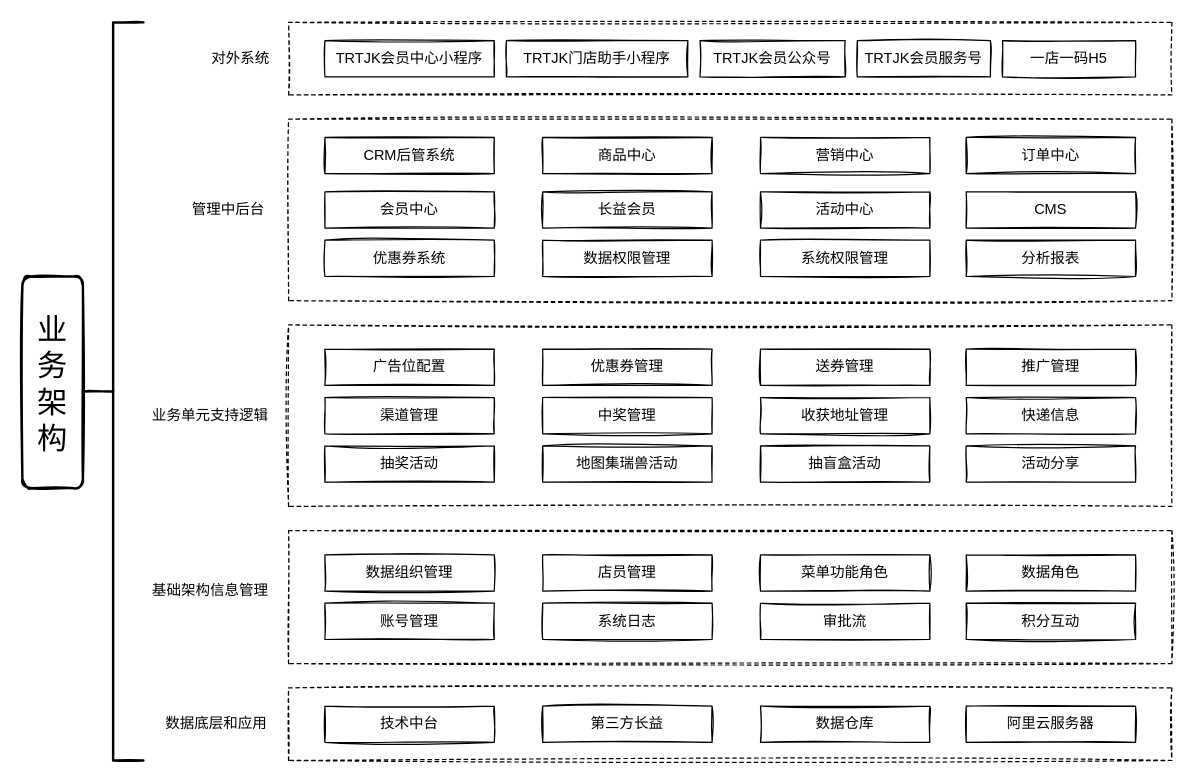
Earlier version of the draw.io diagram page "业务架构图" (2 of 8) of 未命名绘图.drawio (magicgaorui/-). Source tidied: cells renumbered, new cells numbered last; positions are measured from the earlier drawing's top-left corner, leaving out a move shared by most shapes. Both pictures are drawn from the tidied source at 121%, with x=0, y=0 at pixel (22, 22).
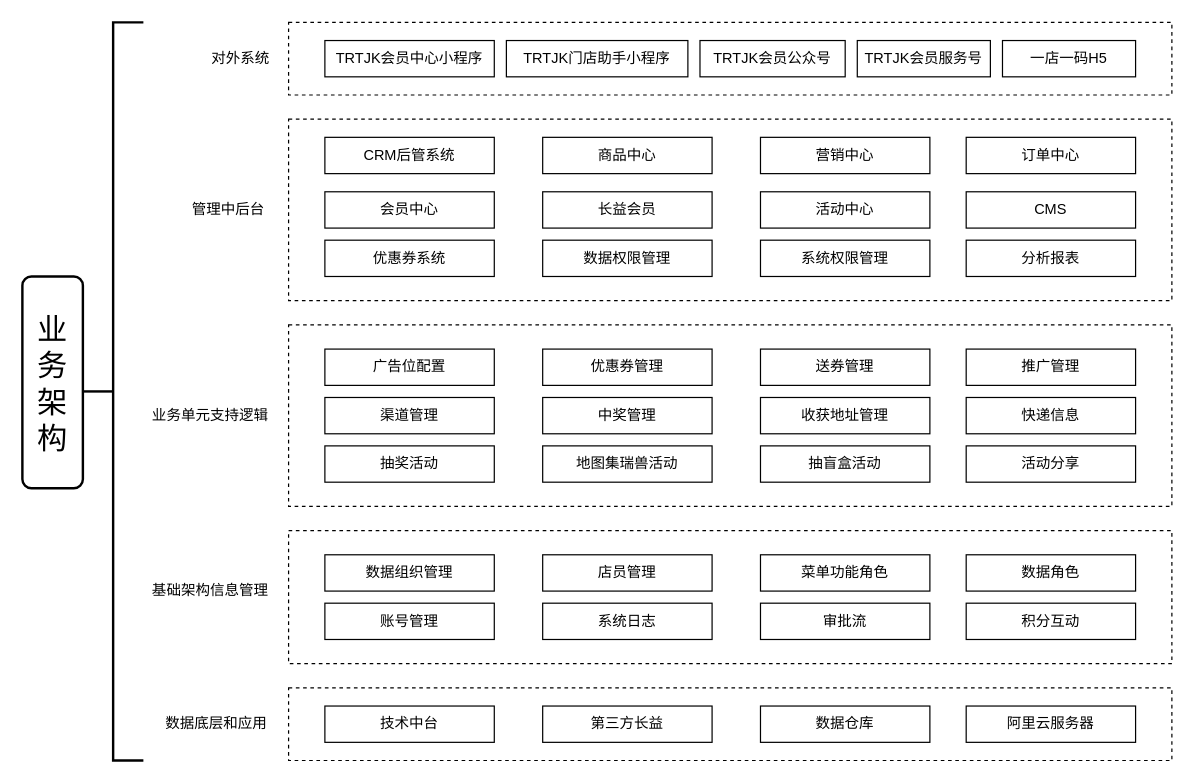
The same page after the edit.

What changed in the source:
```diff
@@
-    <mxCell id="2" value="对外系统" style="text;html=1;align=center;verticalAlign=middle;strokeColor=none;sketch=1;" parent="1" vertex="1">
+    <mxCell id="2" value="对外系统" style="text;html=1;align=center;verticalAlign=middle;strokeColor=none;" parent="1" vertex="1">
       <mxGeometry x="150" y="20" width="60" height="20" as="geometry" />
     </mxCell>
-    <mxCell id="3" style="rounded=0;whiteSpace=wrap;html=1;dashed=1;sketch=1;" parent="1" vertex="1">
+    <mxCell id="3" style="rounded=0;whiteSpace=wrap;html=1;dashed=1;" parent="1" vertex="1">
       <mxGeometry x="220" width="730" height="60" as="geometry" />
     </mxCell>
-    <mxCell id="4" value="TRTJK会员中心小程序" style="rounded=0;whiteSpace=wrap;html=1;sketch=1;" parent="1" vertex="1">
+    <mxCell id="4" value="TRTJK会员中心小程序" style="rounded=0;whiteSpace=wrap;html=1;" parent="1" vertex="1">
       <mxGeometry x="250" y="15" width="140" height="30" as="geometry" />
     </mxCell>
-    <mxCell id="5" value="TRTJK门店助手小程序" style="rounded=0;whiteSpace=wrap;html=1;sketch=1;" parent="1" vertex="1">
+    <mxCell id="5" value="TRTJK门店助手小程序" style="rounded=0;whiteSpace=wrap;html=1;" parent="1" vertex="1">
       <mxGeometry x="400" y="15" width="150" height="30" as="geometry" />
     </mxCell>
-    <mxCell id="6" value="TRTJK会员公众号" style="rounded=0;whiteSpace=wrap;html=1;sketch=1;" parent="1" vertex="1">
+    <mxCell id="6" value="TRTJK会员公众号" style="rounded=0;whiteSpace=wrap;html=1;" parent="1" vertex="1">
       <mxGeometry x="560" y="15" width="120" height="30" as="geometry" />
     </mxCell>
-    <mxCell id="7" value="TRTJK会员服务号" style="rounded=0;whiteSpace=wrap;html=1;sketch=1;" parent="1" vertex="1">
+    <mxCell id="7" value="TRTJK会员服务号" style="rounded=0;whiteSpace=wrap;html=1;" parent="1" vertex="1">
       <mxGeometry x="690" y="15" width="110" height="30" as="geometry" />
     </mxCell>
-    <mxCell id="8" value="管理中后台" style="text;html=1;align=center;verticalAlign=middle;strokeColor=none;sketch=1;" parent="1" vertex="1">
+    <mxCell id="8" value="管理中后台" style="text;html=1;align=center;verticalAlign=middle;strokeColor=none;" parent="1" vertex="1">
       <mxGeometry x="130" y="145" width="80" height="20" as="geometry" />
     </mxCell>
-    <mxCell id="9" style="rounded=0;whiteSpace=wrap;html=1;dashed=1;sketch=1;" parent="1" vertex="1">
+    <mxCell id="9" style="rounded=0;whiteSpace=wrap;html=1;dashed=1;" parent="1" vertex="1">
       <mxGeometry x="220" y="80" width="730" height="150" as="geometry" />
     </mxCell>
-    <mxCell id="10" value="CRM后管系统" style="rounded=0;whiteSpace=wrap;html=1;sketch=1;" parent="1" vertex="1">
+    <mxCell id="10" value="CRM后管系统" style="rounded=0;whiteSpace=wrap;html=1;" parent="1" vertex="1">
       <mxGeometry x="250" y="95" width="140" height="30" as="geometry" />
     </mxCell>
-    <mxCell id="11" value="商品中心" style="rounded=0;whiteSpace=wrap;html=1;sketch=1;" parent="1" vertex="1">
+    <mxCell id="11" value="商品中心" style="rounded=0;whiteSpace=wrap;html=1;" parent="1" vertex="1">
       <mxGeometry x="430" y="95" width="140" height="30" as="geometry" />
     </mxCell>
-    <mxCell id="12" value="营销中心" style="rounded=0;whiteSpace=wrap;html=1;sketch=1;" parent="1" vertex="1">
+    <mxCell id="12" value="营销中心" style="rounded=0;whiteSpace=wrap;html=1;" parent="1" vertex="1">
       <mxGeometry x="610" y="95" width="140" height="30" as="geometry" />
     </mxCell>
-    <mxCell id="13" value="订单中心" style="rounded=0;whiteSpace=wrap;html=1;sketch=1;" parent="1" vertex="1">
+    <mxCell id="13" value="订单中心" style="rounded=0;whiteSpace=wrap;html=1;" parent="1" vertex="1">
       <mxGeometry x="780" y="95" width="140" height="30" as="geometry" />
     </mxCell>
-    <mxCell id="14" value="会员中心" style="rounded=0;whiteSpace=wrap;html=1;sketch=1;" parent="1" vertex="1">
+    <mxCell id="14" value="会员中心" style="rounded=0;whiteSpace=wrap;html=1;" parent="1" vertex="1">
       <mxGeometry x="250" y="140" width="140" height="30" as="geometry" />
     </mxCell>
-    <mxCell id="15" value="长益会员" style="rounded=0;whiteSpace=wrap;html=1;sketch=1;" parent="1" vertex="1">
+    <mxCell id="15" value="长益会员" style="rounded=0;whiteSpace=wrap;html=1;" parent="1" vertex="1">
       <mxGeometry x="430" y="140" width="140" height="30" as="geometry" />
     </mxCell>
-    <mxCell id="16" value="活动中心" style="rounded=0;whiteSpace=wrap;html=1;sketch=1;" parent="1" vertex="1">
+    <mxCell id="16" value="活动中心" style="rounded=0;whiteSpace=wrap;html=1;" parent="1" vertex="1">
       <mxGeometry x="610" y="140" width="140" height="30" as="geometry" />
     </mxCell>
-    <mxCell id="17" value="CMS" style="rounded=0;whiteSpace=wrap;html=1;sketch=1;" parent="1" vertex="1">
+    <mxCell id="17" value="CMS" style="rounded=0;whiteSpace=wrap;html=1;" parent="1" vertex="1">
       <mxGeometry x="780" y="140" width="140" height="30" as="geometry" />
     </mxCell>
-    <mxCell id="18" value="优惠券系统" style="rounded=0;whiteSpace=wrap;html=1;sketch=1;" parent="1" vertex="1">
+    <mxCell id="18" value="优惠券系统" style="rounded=0;whiteSpace=wrap;html=1;" parent="1" vertex="1">
       <mxGeometry x="250" y="180" width="140" height="30" as="geometry" />
     </mxCell>
-    <mxCell id="19" value="数据权限管理" style="rounded=0;whiteSpace=wrap;html=1;sketch=1;" parent="1" vertex="1">
+    <mxCell id="19" value="数据权限管理" style="rounded=0;whiteSpace=wrap;html=1;" parent="1" vertex="1">
       <mxGeometry x="430" y="180" width="140" height="30" as="geometry" />
     </mxCell>
-    <mxCell id="20" value="系统权限管理" style="rounded=0;whiteSpace=wrap;html=1;sketch=1;" parent="1" vertex="1">
+    <mxCell id="20" value="系统权限管理" style="rounded=0;whiteSpace=wrap;html=1;" parent="1" vertex="1">
       <mxGeometry x="610" y="180" width="140" height="30" as="geometry" />
     </mxCell>
-    <mxCell id="21" value="一店一码H5" style="rounded=0;whiteSpace=wrap;html=1;sketch=1;" parent="1" vertex="1">
+    <mxCell id="21" value="一店一码H5" style="rounded=0;whiteSpace=wrap;html=1;" parent="1" vertex="1">
       <mxGeometry x="810" y="15" width="110" height="30" as="geometry" />
     </mxCell>
-    <mxCell id="22" value="分析报表" style="rounded=0;whiteSpace=wrap;html=1;sketch=1;" parent="1" vertex="1">
+    <mxCell id="22" value="分析报表" style="rounded=0;whiteSpace=wrap;html=1;" parent="1" vertex="1">
       <mxGeometry x="780" y="180" width="140" height="30" as="geometry" />
     </mxCell>
-    <mxCell id="23" value="业务单元支持逻辑" style="text;html=1;align=center;verticalAlign=middle;strokeColor=none;sketch=1;" parent="1" vertex="1">
+    <mxCell id="23" value="业务单元支持逻辑" style="text;html=1;align=center;verticalAlign=middle;strokeColor=none;" parent="1" vertex="1">
       <mxGeometry x="100" y="315" width="110" height="20" as="geometry" />
     </mxCell>
-    <mxCell id="24" style="rounded=0;whiteSpace=wrap;html=1;dashed=1;sketch=1;" parent="1" vertex="1">
+    <mxCell id="24" style="rounded=0;whiteSpace=wrap;html=1;dashed=1;" parent="1" vertex="1">
       <mxGeometry x="220" y="250" width="730" height="150" as="geometry" />
     </mxCell>
-    <mxCell id="25" value="广告位配置" style="rounded=0;whiteSpace=wrap;html=1;sketch=1;" parent="1" vertex="1">
+    <mxCell id="25" value="广告位配置" style="rounded=0;whiteSpace=wrap;html=1;" parent="1" vertex="1">
       <mxGeometry x="250" y="270" width="140" height="30" as="geometry" />
     </mxCell>
-    <mxCell id="26" value="优惠券管理" style="rounded=0;whiteSpace=wrap;html=1;sketch=1;" parent="1" vertex="1">
+    <mxCell id="26" value="优惠券管理" style="rounded=0;whiteSpace=wrap;html=1;" parent="1" vertex="1">
       <mxGeometry x="430" y="270" width="140" height="30" as="geometry" />
     </mxCell>
-    <mxCell id="27" value="送券管理" style="rounded=0;whiteSpace=wrap;html=1;sketch=1;" parent="1" vertex="1">
+    <mxCell id="27" value="送券管理" style="rounded=0;whiteSpace=wrap;html=1;" parent="1" vertex="1">
       <mxGeometry x="610" y="270" width="140" height="30" as="geometry" />
     </mxCell>
-    <mxCell id="28" value="推广管理" style="rounded=0;whiteSpace=wrap;html=1;sketch=1;" parent="1" vertex="1">
+    <mxCell id="28" value="推广管理" style="rounded=0;whiteSpace=wrap;html=1;" parent="1" vertex="1">
       <mxGeometry x="780" y="270" width="140" height="30" as="geometry" />
     </mxCell>
-    <mxCell id="29" value="快递信息" style="rounded=0;whiteSpace=wrap;html=1;sketch=1;" parent="1" vertex="1">
+    <mxCell id="29" value="快递信息" style="rounded=0;whiteSpace=wrap;html=1;" parent="1" vertex="1">
       <mxGeometry x="780" y="310" width="140" height="30" as="geometry" />
     </mxCell>
-    <mxCell id="30" value="渠道管理" style="rounded=0;whiteSpace=wrap;html=1;sketch=1;" parent="1" vertex="1">
+    <mxCell id="30" value="渠道管理" style="rounded=0;whiteSpace=wrap;html=1;" parent="1" vertex="1">
       <mxGeometry x="250" y="310" width="140" height="30" as="geometry" />
     </mxCell>
-    <mxCell id="31" value="抽奖活动" style="rounded=0;whiteSpace=wrap;html=1;sketch=1;" parent="1" vertex="1">
+    <mxCell id="31" value="抽奖活动" style="rounded=0;whiteSpace=wrap;html=1;" parent="1" vertex="1">
       <mxGeometry x="250" y="350" width="140" height="30" as="geometry" />
     </mxCell>
-    <mxCell id="32" value="中奖管理" style="rounded=0;whiteSpace=wrap;html=1;sketch=1;" parent="1" vertex="1">
+    <mxCell id="32" value="中奖管理" style="rounded=0;whiteSpace=wrap;html=1;" parent="1" vertex="1">
       <mxGeometry x="430" y="310" width="140" height="30" as="geometry" />
     </mxCell>
-    <mxCell id="33" value="收获地址管理" style="rounded=0;whiteSpace=wrap;html=1;sketch=1;" parent="1" vertex="1">
+    <mxCell id="33" value="收获地址管理" style="rounded=0;whiteSpace=wrap;html=1;" parent="1" vertex="1">
       <mxGeometry x="610" y="310" width="140" height="30" as="geometry" />
     </mxCell>
-    <mxCell id="34" value="地图集瑞兽活动" style="rounded=0;whiteSpace=wrap;html=1;sketch=1;" parent="1" vertex="1">
+    <mxCell id="34" value="地图集瑞兽活动" style="rounded=0;whiteSpace=wrap;html=1;" parent="1" vertex="1">
       <mxGeometry x="430" y="350" width="140" height="30" as="geometry" />
     </mxCell>
-    <mxCell id="35" value="抽盲盒活动" style="rounded=0;whiteSpace=wrap;html=1;sketch=1;" parent="1" vertex="1">
+    <mxCell id="35" value="抽盲盒活动" style="rounded=0;whiteSpace=wrap;html=1;" parent="1" vertex="1">
       <mxGeometry x="610" y="350" width="140" height="30" as="geometry" />
     </mxCell>
-    <mxCell id="36" value="活动分享" style="rounded=0;whiteSpace=wrap;html=1;sketch=1;" parent="1" vertex="1">
+    <mxCell id="36" value="活动分享" style="rounded=0;whiteSpace=wrap;html=1;" parent="1" vertex="1">
       <mxGeometry x="780" y="350" width="140" height="30" as="geometry" />
     </mxCell>
-    <mxCell id="37" value="基础架构信息管理" style="text;html=1;align=center;verticalAlign=middle;strokeColor=none;sketch=1;" parent="1" vertex="1">
+    <mxCell id="37" value="基础架构信息管理" style="text;html=1;align=center;verticalAlign=middle;strokeColor=none;" parent="1" vertex="1">
       <mxGeometry x="100" y="460" width="110" height="20" as="geometry" />
     </mxCell>
-    <mxCell id="38" style="rounded=0;whiteSpace=wrap;html=1;dashed=1;sketch=1;" parent="1" vertex="1">
+    <mxCell id="38" style="rounded=0;whiteSpace=wrap;html=1;dashed=1;" parent="1" vertex="1">
       <mxGeometry x="220" y="420" width="730" height="110" as="geometry" />
     </mxCell>
-    <mxCell id="39" value="数据组织管理" style="rounded=0;whiteSpace=wrap;html=1;sketch=1;" parent="1" vertex="1">
+    <mxCell id="39" value="数据组织管理" style="rounded=0;whiteSpace=wrap;html=1;" parent="1" vertex="1">
       <mxGeometry x="250" y="440" width="140" height="30" as="geometry" />
     </mxCell>
-    <mxCell id="40" value="店员管理" style="rounded=0;whiteSpace=wrap;html=1;sketch=1;" parent="1" vertex="1">
+    <mxCell id="40" value="店员管理" style="rounded=0;whiteSpace=wrap;html=1;" parent="1" vertex="1">
       <mxGeometry x="430" y="440" width="140" height="30" as="geometry" />
     </mxCell>
-    <mxCell id="41" value="菜单功能角色" style="rounded=0;whiteSpace=wrap;html=1;sketch=1;" parent="1" vertex="1">
+    <mxCell id="41" value="菜单功能角色" style="rounded=0;whiteSpace=wrap;html=1;" parent="1" vertex="1">
       <mxGeometry x="610" y="440" width="140" height="30" as="geometry" />
     </mxCell>
-    <mxCell id="42" value="数据角色" style="rounded=0;whiteSpace=wrap;html=1;sketch=1;" parent="1" vertex="1">
+    <mxCell id="42" value="数据角色" style="rounded=0;whiteSpace=wrap;html=1;" parent="1" vertex="1">
       <mxGeometry x="780" y="440" width="140" height="30" as="geometry" />
     </mxCell>
-    <mxCell id="43" value="账号管理" style="rounded=0;whiteSpace=wrap;html=1;sketch=1;" parent="1" vertex="1">
+    <mxCell id="43" value="账号管理" style="rounded=0;whiteSpace=wrap;html=1;" parent="1" vertex="1">
       <mxGeometry x="250" y="480" width="140" height="30" as="geometry" />
     </mxCell>
-    <mxCell id="44" value="系统日志" style="rounded=0;whiteSpace=wrap;html=1;sketch=1;" parent="1" vertex="1">
+    <mxCell id="44" value="系统日志" style="rounded=0;whiteSpace=wrap;html=1;" parent="1" vertex="1">
       <mxGeometry x="430" y="480" width="140" height="30" as="geometry" />
     </mxCell>
-    <mxCell id="45" value="审批流" style="rounded=0;whiteSpace=wrap;html=1;sketch=1;" parent="1" vertex="1">
+    <mxCell id="45" value="审批流" style="rounded=0;whiteSpace=wrap;html=1;" parent="1" vertex="1">
       <mxGeometry x="610" y="480" width="140" height="30" as="geometry" />
     </mxCell>
-    <mxCell id="46" value="&lt;span&gt;积分互动&lt;/span&gt;" style="rounded=0;whiteSpace=wrap;html=1;sketch=1;" parent="1" vertex="1">
+    <mxCell id="46" value="&lt;span&gt;积分互动&lt;/span&gt;" style="rounded=0;whiteSpace=wrap;html=1;" parent="1" vertex="1">
       <mxGeometry x="780" y="480" width="140" height="30" as="geometry" />
     </mxCell>
-    <mxCell id="47" value="数据底层和应用" style="text;html=1;align=center;verticalAlign=middle;strokeColor=none;sketch=1;" parent="1" vertex="1">
+    <mxCell id="47" value="数据底层和应用" style="text;html=1;align=center;verticalAlign=middle;strokeColor=none;" parent="1" vertex="1">
       <mxGeometry x="110" y="570" width="100" height="20" as="geometry" />
     </mxCell>
-    <mxCell id="48" style="rounded=0;whiteSpace=wrap;html=1;dashed=1;sketch=1;" parent="1" vertex="1">
+    <mxCell id="48" style="rounded=0;whiteSpace=wrap;html=1;dashed=1;" parent="1" vertex="1">
       <mxGeometry x="220" y="550" width="730" height="60" as="geometry" />
     </mxCell>
-    <mxCell id="49" value="技术中台" style="rounded=0;whiteSpace=wrap;html=1;sketch=1;" parent="1" vertex="1">
+    <mxCell id="49" value="技术中台" style="rounded=0;whiteSpace=wrap;html=1;" parent="1" vertex="1">
       <mxGeometry x="250" y="565" width="140" height="30" as="geometry" />
     </mxCell>
-    <mxCell id="50" value="第三方长益" style="rounded=0;whiteSpace=wrap;html=1;sketch=1;" parent="1" vertex="1">
+    <mxCell id="50" value="第三方长益" style="rounded=0;whiteSpace=wrap;html=1;" parent="1" vertex="1">
       <mxGeometry x="430" y="565" width="140" height="30" as="geometry" />
     </mxCell>
-    <mxCell id="51" value="数据仓库" style="rounded=0;whiteSpace=wrap;html=1;sketch=1;" parent="1" vertex="1">
+    <mxCell id="51" value="数据仓库" style="rounded=0;whiteSpace=wrap;html=1;" parent="1" vertex="1">
       <mxGeometry x="610" y="565" width="140" height="30" as="geometry" />
     </mxCell>
-    <mxCell id="52" value="阿里云服务器" style="rounded=0;whiteSpace=wrap;html=1;sketch=1;" parent="1" vertex="1">
+    <mxCell id="52" value="阿里云服务器" style="rounded=0;whiteSpace=wrap;html=1;" parent="1" vertex="1">
       <mxGeometry x="780" y="565" width="140" height="30" as="geometry" />
     </mxCell>
-    <mxCell id="53" style="strokeWidth=2;html=1;shape=mxgraph.flowchart.annotation_2;align=left;labelPosition=right;rounded=0;sketch=1;" parent="1" vertex="1">
+    <mxCell id="53" style="strokeWidth=2;html=1;shape=mxgraph.flowchart.annotation_2;align=left;labelPosition=right;rounded=0;" parent="1" vertex="1">
       <mxGeometry x="50" width="50" height="610" as="geometry" />
     </mxCell>
-    <mxCell id="54" value="业&lt;br style=&quot;font-size: 25px;&quot;&gt;务&lt;br style=&quot;font-size: 25px;&quot;&gt;架&lt;br style=&quot;font-size: 25px;&quot;&gt;构" style="rounded=1;whiteSpace=wrap;html=1;strokeWidth=2;fillWeight=4;hachureGap=8;hachureAngle=45;sketch=1;fontSize=25;" parent="1" vertex="1">
+    <mxCell id="54" value="业&lt;br style=&quot;font-size: 25px;&quot;&gt;务&lt;br style=&quot;font-size: 25px;&quot;&gt;架&lt;br style=&quot;font-size: 25px;&quot;&gt;构" style="rounded=1;whiteSpace=wrap;html=1;strokeWidth=2;fillWeight=4;hachureGap=8;hachureAngle=45;fontSize=25;" parent="1" vertex="1">
       <mxGeometry y="210" width="50" height="175" as="geometry" />
     </mxCell>
```
